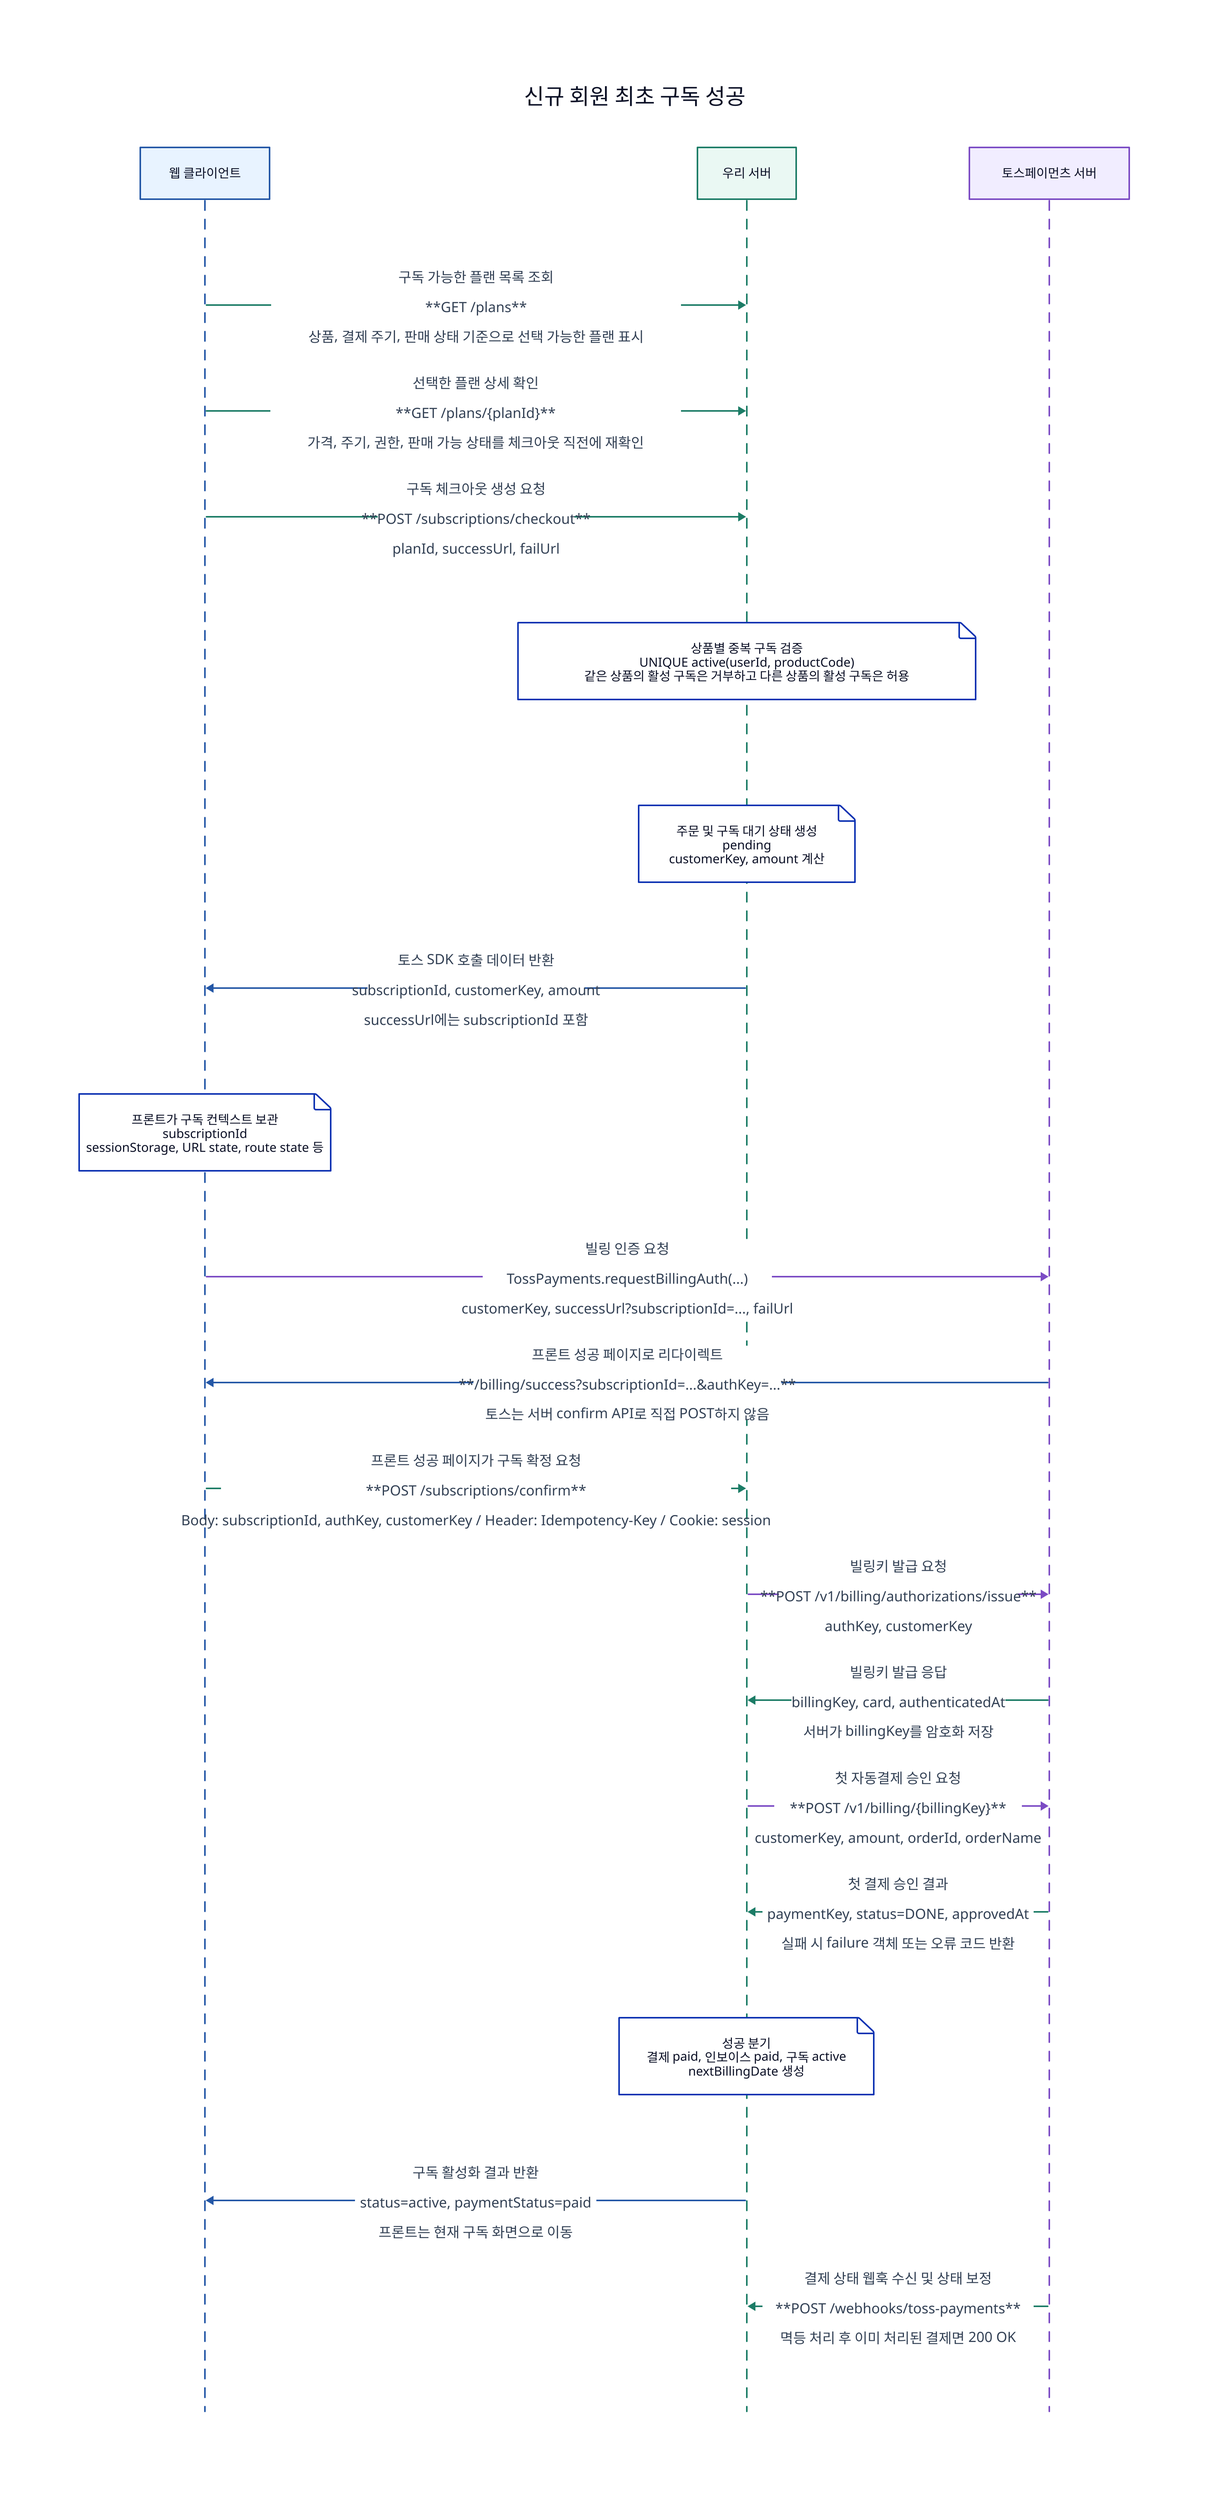
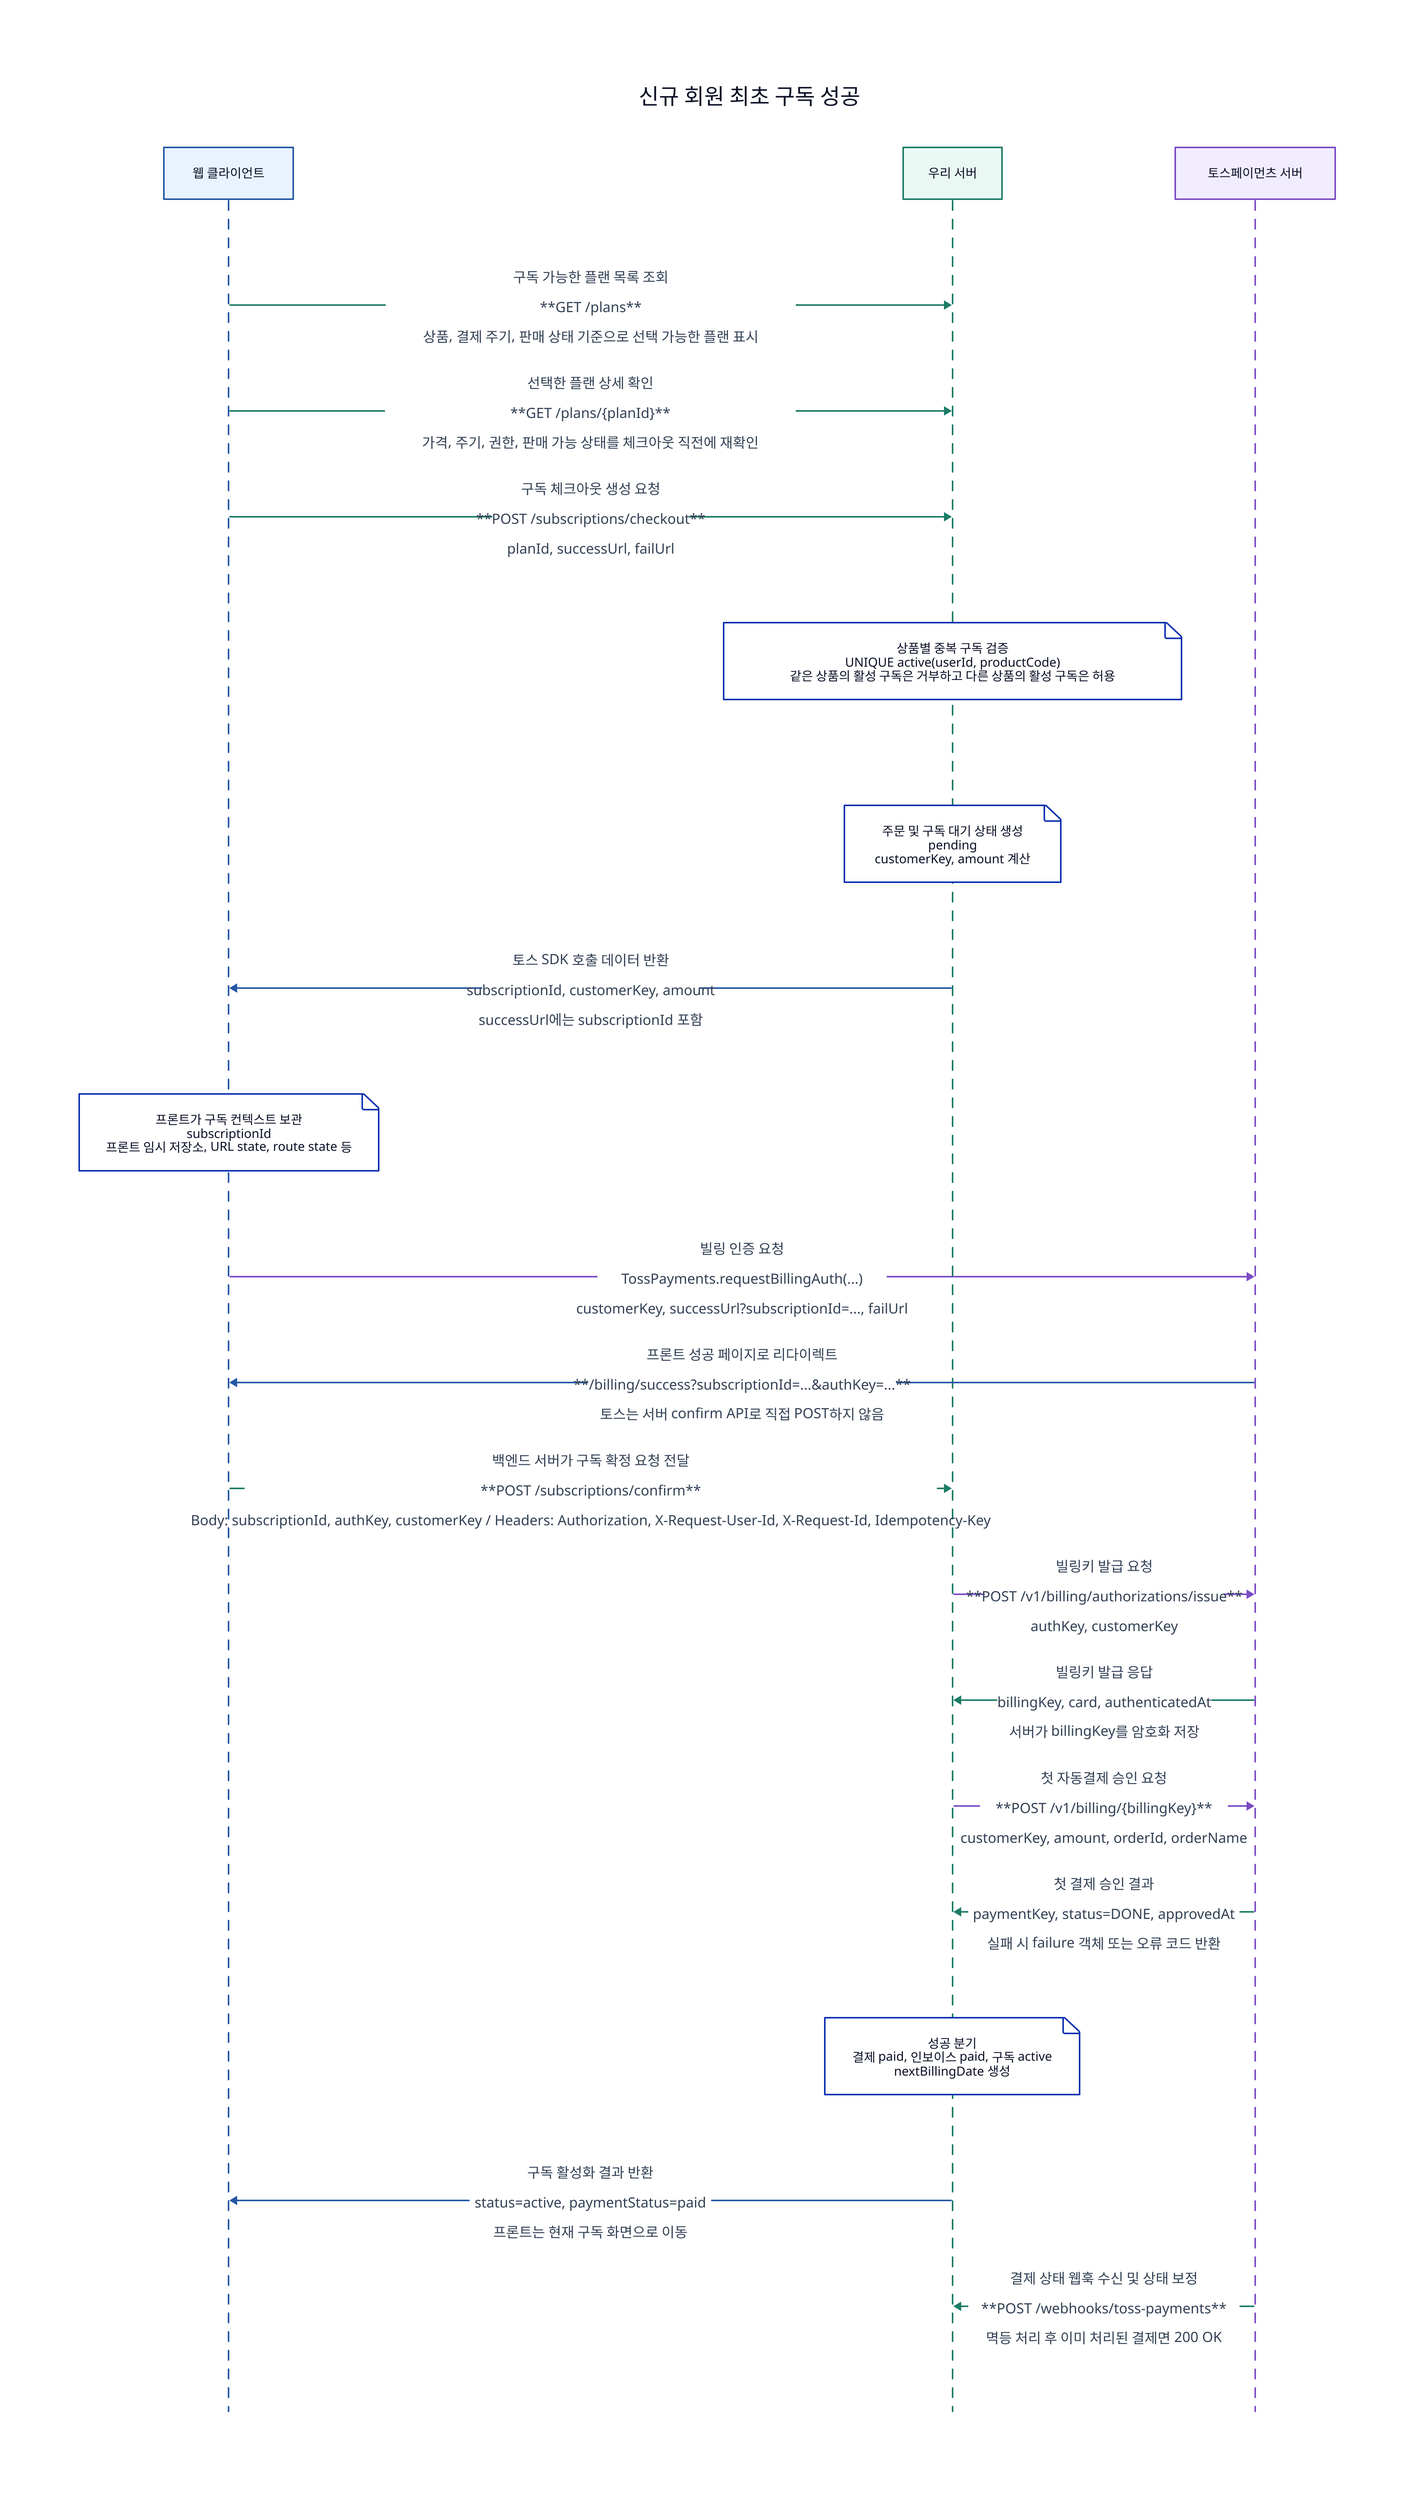
diagram: {
  shape: sequence_diagram
  label: "신규 회원 최초 구독 성공"

  client: "웹 클라이언트"
  client.style.fill: "#e8f3ff"
  client.style.stroke: "#2457a6"
  server: "우리 서버"
  server.style.fill: "#eaf8f3"
  server.style.stroke: "#1c7c66"
  toss: "토스페이먼츠 서버"
  toss.style.fill: "#f1edff"
  toss.style.stroke: "#7b4bc4"

  client -> server: |md
구독 가능한 플랜 목록 조회

**GET /plans**

상품, 결제 주기, 판매 상태 기준으로 선택 가능한 플랜 표시
| {
    style.stroke: "#1c7c66"
    style.font-color: "#334155"
    style.font-size: 18
    style.italic: false
  }
  client -> server: |md
선택한 플랜 상세 확인

**GET /plans/{planId}**

가격, 주기, 권한, 판매 가능 상태를 체크아웃 직전에 재확인
| {
    style.stroke: "#1c7c66"
    style.font-color: "#334155"
    style.font-size: 18
    style.italic: false
  }
  client -> server: |md
구독 체크아웃 생성 요청

**POST /subscriptions/checkout**

planId, successUrl, failUrl
| {
    style.stroke: "#1c7c66"
    style.font-color: "#334155"
    style.font-size: 18
    style.italic: false
  }
  server.note_4: "상품별 중복 구독 검증\nUNIQUE active(userId, productCode)\n같은 상품의 활성 구독은 거부하고 다른 상품의 활성 구독은 허용"
  server.note_5: "주문 및 구독 대기 상태 생성\npending\ncustomerKey, amount 계산"
  server -> client: |md
토스 SDK 호출 데이터 반환

subscriptionId, customerKey, amount

successUrl에는 subscriptionId 포함
| {
    style.stroke: "#2457a6"
    style.font-color: "#334155"
    style.font-size: 18
    style.italic: false
  }
-   client.note_7: "프론트가 구독 컨텍스트 보관\nsubscriptionId\nsessionStorage, URL state, route state 등"
+   client.note_7: "프론트가 구독 컨텍스트 보관\nsubscriptionId\n프론트 임시 저장소, URL state, route state 등"
  client -> toss: |md
빌링 인증 요청

TossPayments.requestBillingAuth(...)

customerKey, successUrl?subscriptionId=..., failUrl
| {
    style.stroke: "#7b4bc4"
    style.font-color: "#334155"
    style.font-size: 18
    style.italic: false
  }
  toss -> client: |md
프론트 성공 페이지로 리다이렉트

**/billing/success?subscriptionId=...&authKey=...**

토스는 서버 confirm API로 직접 POST하지 않음
| {
    style.stroke: "#2457a6"
    style.font-color: "#334155"
    style.font-size: 18
    style.italic: false
  }
  client -> server: |md
- 프론트 성공 페이지가 구독 확정 요청
+ 백엔드 서버가 구독 확정 요청 전달

**POST /subscriptions/confirm**

- Body: subscriptionId, authKey, customerKey / Header: Idempotency-Key / Cookie: session
+ Body: subscriptionId, authKey, customerKey / Headers: Authorization, X-Request-User-Id, X-Request-Id, Idempotency-Key
| {
    style.stroke: "#1c7c66"
    style.font-color: "#334155"
    style.font-size: 18
    style.italic: false
  }
  server -> toss: |md
빌링키 발급 요청

**POST /v1/billing/authorizations/issue**

authKey, customerKey
| {
    style.stroke: "#7b4bc4"
    style.font-color: "#334155"
    style.font-size: 18
    style.italic: false
  }
  toss -> server: |md
빌링키 발급 응답

billingKey, card, authenticatedAt

서버가 billingKey를 암호화 저장
| {
    style.stroke: "#1c7c66"
    style.font-color: "#334155"
    style.font-size: 18
    style.italic: false
  }
  server -> toss: |md
첫 자동결제 승인 요청

**POST /v1/billing/{billingKey}**

customerKey, amount, orderId, orderName
| {
    style.stroke: "#7b4bc4"
    style.font-color: "#334155"
    style.font-size: 18
    style.italic: false
  }
  toss -> server: |md
첫 결제 승인 결과

paymentKey, status=DONE, approvedAt

실패 시 failure 객체 또는 오류 코드 반환
| {
    style.stroke: "#1c7c66"
    style.font-color: "#334155"
    style.font-size: 18
    style.italic: false
  }
  server.note_15: "성공 분기\n결제 paid, 인보이스 paid, 구독 active\nnextBillingDate 생성"
  server -> client: |md
구독 활성화 결과 반환

status=active, paymentStatus=paid

프론트는 현재 구독 화면으로 이동
| {
    style.stroke: "#2457a6"
    style.font-color: "#334155"
    style.font-size: 18
    style.italic: false
  }
  toss -> server: |md
결제 상태 웹훅 수신 및 상태 보정

**POST /webhooks/toss-payments**

멱등 처리 후 이미 처리된 결제면 200 OK
| {
    style.stroke: "#1c7c66"
    style.font-color: "#334155"
    style.font-size: 18
    style.italic: false
  }
}
